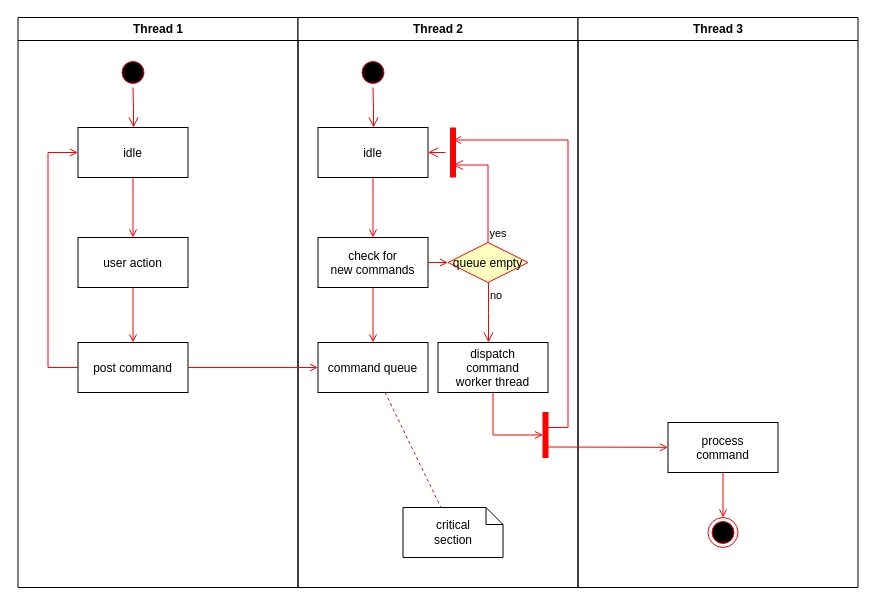
The draw.io diagram Activity Diagram.drawio in rootofpower/konceptmodel, before the edit. Source tidied: cells renumbered, new cells numbered last; positions are measured from the earlier drawing's top-left corner, leaving out a move shared by most shapes. Both pictures are drawn from the tidied source at 100%, with x=0, y=0 at pixel (17, 17).
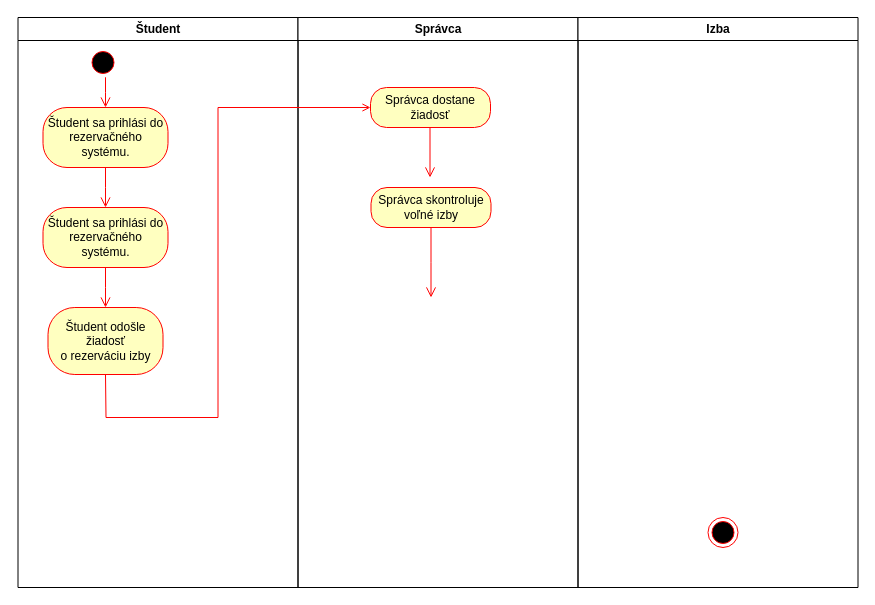
The same page after the edit.

Unchanged cells that the change refers to:
```xml
<mxCell id="34" style="ellipse;shape=endState;fillColor=#000000;strokeColor=#ff0000;" parent="30" vertex="1">
  <mxGeometry x="130" y="500" width="30" height="30" as="geometry" />
</mxCell>
```

The edit, as a diff of the source:
```diff
@@
-    <mxCell id="2" value="Thread 1" style="swimlane;whiteSpace=wrap;" parent="1" vertex="1">
+    <mxCell id="2" value="Študent" style="swimlane;whiteSpace=wrap;" parent="1" vertex="1">
       <mxGeometry x="0.5" width="280" height="570" as="geometry" />
     </mxCell>
     <mxCell id="3" style="ellipse;shape=startState;fillColor=#000000;strokeColor=#ff0000;" parent="2" vertex="1">
-      <mxGeometry x="100" y="40" width="30" height="30" as="geometry" />
+      <mxGeometry x="70" y="30" width="30" height="30" as="geometry" />
     </mxCell>
-    <mxCell id="4" style="edgeStyle=elbowEdgeStyle;elbow=horizontal;verticalAlign=bottom;endArrow=open;endSize=8;strokeColor=#FF0000;endFill=1;rounded=0;" parent="2" edge="1" source="3" target="5">
+    <mxCell id="4" style="edgeStyle=elbowEdgeStyle;elbow=horizontal;verticalAlign=bottom;endArrow=open;endSize=8;strokeColor=#FF0000;endFill=1;rounded=0;entryX=0.5;entryY=0;entryDx=0;entryDy=0;" parent="2" edge="1" source="3" target="37">
       <mxGeometry x="100" y="40" as="geometry" />
     </mxCell>
-    <mxCell id="5" value="idle" parent="2" vertex="1">
-      <mxGeometry x="60" y="110" width="110" height="50" as="geometry" />
-    </mxCell>
-    <mxCell id="6" value="user action" parent="2" vertex="1">
-      <mxGeometry x="60" y="220" width="110" height="50" as="geometry" />
-    </mxCell>
-    <mxCell id="7" style="endArrow=open;strokeColor=#FF0000;endFill=1;rounded=0;" parent="2" edge="1" source="5" target="6">
-      <mxGeometry relative="1" as="geometry" />
-    </mxCell>
-    <mxCell id="8" value="post command" parent="2" vertex="1">
-      <mxGeometry x="60" y="325" width="110" height="50" as="geometry" />
-    </mxCell>
-    <mxCell id="9" style="endArrow=open;strokeColor=#FF0000;endFill=1;rounded=0;" parent="2" edge="1" source="6" target="8">
-      <mxGeometry relative="1" as="geometry" />
-    </mxCell>
-    <mxCell id="10" style="edgeStyle=elbowEdgeStyle;elbow=horizontal;strokeColor=#FF0000;endArrow=open;endFill=1;rounded=0;" parent="2" edge="1" source="8" target="5">
-      <mxGeometry relative="1" as="geometry">
-        <Array as="points">
-          <mxPoint x="30" y="250" />
-        </Array>
-      </mxGeometry>
-    </mxCell>
+    <mxCell id="37" value="Študent sa prihlási do&lt;br&gt;rezervačného systému." style="rounded=1;whiteSpace=wrap;html=1;arcSize=40;fontColor=#000000;fillColor=#ffffc0;strokeColor=#ff0000;" parent="2" vertex="1">
+      <mxGeometry x="25" y="90" width="125" height="60" as="geometry" />
+    </mxCell>
+    <mxCell id="38" value="Študent sa prihlási do&lt;br&gt;rezervačného systému." style="rounded=1;whiteSpace=wrap;html=1;arcSize=40;fontColor=#000000;fillColor=#ffffc0;strokeColor=#ff0000;" parent="2" vertex="1">
+      <mxGeometry x="25" y="190" width="125" height="60" as="geometry" />
+    </mxCell>
+    <mxCell id="39" style="edgeStyle=elbowEdgeStyle;elbow=horizontal;verticalAlign=bottom;endArrow=open;endSize=8;strokeColor=#FF0000;endFill=1;rounded=0;entryX=0.5;entryY=0;entryDx=0;entryDy=0;exitX=0.5;exitY=1;exitDx=0;exitDy=0;" parent="2" edge="1" source="37" target="38">
+      <mxGeometry x="60" y="-30" as="geometry" />
+    </mxCell>
+    <mxCell id="40" value="Študent odošle žiadosť&lt;br&gt;o rezerváciu izby" style="rounded=1;whiteSpace=wrap;html=1;arcSize=40;fontColor=#000000;fillColor=#ffffc0;strokeColor=#ff0000;" parent="2" vertex="1">
+      <mxGeometry x="30" y="290" width="115" height="67" as="geometry" />
+    </mxCell>
+    <mxCell id="41" style="edgeStyle=elbowEdgeStyle;elbow=horizontal;verticalAlign=bottom;endArrow=open;endSize=8;strokeColor=#FF0000;endFill=1;rounded=0;entryX=0.5;entryY=0;entryDx=0;entryDy=0;exitX=0.5;exitY=1;exitDx=0;exitDy=0;" parent="2" edge="1" source="38" target="40">
+      <mxGeometry x="20" y="-100" as="geometry" />
+    </mxCell>
-    <mxCell id="11" value="Thread 2" style="swimlane;whiteSpace=wrap;" parent="1" vertex="1">
+    <mxCell id="11" value="Správca" style="swimlane;whiteSpace=wrap;" parent="1" vertex="1">
       <mxGeometry x="280.5" width="280" height="570" as="geometry" />
     </mxCell>
-    <mxCell id="12" style="ellipse;shape=startState;fillColor=#000000;strokeColor=#ff0000;" parent="11" vertex="1">
-      <mxGeometry x="60" y="40" width="30" height="30" as="geometry" />
-    </mxCell>
-    <mxCell id="13" style="edgeStyle=elbowEdgeStyle;elbow=horizontal;verticalAlign=bottom;endArrow=open;endSize=8;strokeColor=#FF0000;endFill=1;rounded=0;" parent="11" edge="1" source="12" target="14">
-      <mxGeometry x="40" y="20" as="geometry" />
-    </mxCell>
-    <mxCell id="14" value="idle" parent="11" vertex="1">
-      <mxGeometry x="20" y="110" width="110" height="50" as="geometry" />
-    </mxCell>
-    <mxCell id="15" value="check for &#10;new commands" parent="11" vertex="1">
-      <mxGeometry x="20" y="220" width="110" height="50" as="geometry" />
-    </mxCell>
-    <mxCell id="16" style="endArrow=open;strokeColor=#FF0000;endFill=1;rounded=0;" parent="11" edge="1" source="14" target="15">
-      <mxGeometry relative="1" as="geometry" />
-    </mxCell>
-    <mxCell id="17" value="command queue" parent="11" vertex="1">
-      <mxGeometry x="20" y="325" width="110" height="50" as="geometry" />
-    </mxCell>
-    <mxCell id="18" style="endArrow=open;strokeColor=#FF0000;endFill=1;rounded=0;" parent="11" edge="1" source="15" target="17">
-      <mxGeometry relative="1" as="geometry" />
-    </mxCell>
-    <mxCell id="19" value="queue empty" style="rhombus;fillColor=#ffffc0;strokeColor=#ff0000;" parent="11" vertex="1">
-      <mxGeometry x="150" y="225" width="80" height="40" as="geometry" />
-    </mxCell>
-    <mxCell id="20" value="yes" style="edgeStyle=elbowEdgeStyle;elbow=horizontal;align=left;verticalAlign=bottom;endArrow=open;endSize=8;strokeColor=#FF0000;exitX=0.5;exitY=0;endFill=1;rounded=0;entryX=0.75;entryY=0.5;entryPerimeter=0;" parent="11" edge="1" source="19" target="23">
-      <mxGeometry x="-1" relative="1" as="geometry">
-        <Array as="points">
-          <mxPoint x="190" y="180" />
-        </Array>
-      </mxGeometry>
-    </mxCell>
-    <mxCell id="21" value="no" style="edgeStyle=elbowEdgeStyle;elbow=horizontal;align=left;verticalAlign=top;endArrow=open;endSize=8;strokeColor=#FF0000;endFill=1;rounded=0;" parent="11" edge="1" source="19" target="25">
-      <mxGeometry x="-1" relative="1" as="geometry" />
-    </mxCell>
-    <mxCell id="22" style="endArrow=open;strokeColor=#FF0000;endFill=1;rounded=0;" parent="11" edge="1" source="15" target="19">
-      <mxGeometry relative="1" as="geometry" />
-    </mxCell>
-    <mxCell id="23" style="shape=line;strokeWidth=6;strokeColor=#ff0000;rotation=90;" parent="11" vertex="1">
-      <mxGeometry x="130" y="127.5" width="50" height="15" as="geometry" />
-    </mxCell>
-    <mxCell id="24" style="edgeStyle=elbowEdgeStyle;elbow=horizontal;verticalAlign=bottom;endArrow=open;endSize=8;strokeColor=#FF0000;endFill=1;rounded=0;" parent="11" edge="1" source="23" target="14">
-      <mxGeometry x="130" y="90" as="geometry" />
-    </mxCell>
-    <mxCell id="25" value="dispatch&#10;command&#10;worker thread" parent="11" vertex="1">
-      <mxGeometry x="140" y="325" width="110" height="50" as="geometry" />
-    </mxCell>
-    <mxCell id="26" value="critical&#10;section" style="shape=note;whiteSpace=wrap;size=17;" parent="11" vertex="1">
-      <mxGeometry x="105" y="490" width="100" height="50" as="geometry" />
-    </mxCell>
-    <mxCell id="27" style="endArrow=none;strokeColor=#FF0000;endFill=0;rounded=0;dashed=1;" parent="11" edge="1" source="17" target="26">
-      <mxGeometry relative="1" as="geometry" />
-    </mxCell>
-    <mxCell id="28" style="whiteSpace=wrap;strokeColor=#FF0000;fillColor=#FF0000;" parent="11" vertex="1">
-      <mxGeometry x="245" y="395" width="5" height="45" as="geometry" />
-    </mxCell>
-    <mxCell id="29" style="edgeStyle=elbowEdgeStyle;elbow=horizontal;entryX=0;entryY=0.5;strokeColor=#FF0000;endArrow=open;endFill=1;rounded=0;" parent="11" edge="1" source="25" target="28">
-      <mxGeometry relative="1" as="geometry">
-        <Array as="points">
-          <mxPoint x="195" y="400" />
-        </Array>
-      </mxGeometry>
-    </mxCell>
+    <mxCell id="42" value="Správca dostane&lt;br&gt;žiadosť" style="rounded=1;whiteSpace=wrap;html=1;arcSize=40;fontColor=#000000;fillColor=#ffffc0;strokeColor=#ff0000;" parent="11" vertex="1">
+      <mxGeometry x="72.5" y="70" width="120" height="40" as="geometry" />
+    </mxCell>
+    <mxCell id="43" style="edgeStyle=orthogonalEdgeStyle;html=1;verticalAlign=bottom;endArrow=open;endSize=8;strokeColor=#ff0000;rounded=0;" parent="11" edge="1" source="42">
+      <mxGeometry relative="1" as="geometry">
+        <mxPoint x="132" y="160" as="targetPoint" />
+      </mxGeometry>
+    </mxCell>
+    <mxCell id="44" value="Správca skontroluje&lt;br&gt;voľné izby" style="rounded=1;whiteSpace=wrap;html=1;arcSize=40;fontColor=#000000;fillColor=#ffffc0;strokeColor=#ff0000;" parent="11" vertex="1">
+      <mxGeometry x="73" y="170" width="120" height="40" as="geometry" />
+    </mxCell>
+    <mxCell id="45" style="edgeStyle=orthogonalEdgeStyle;html=1;verticalAlign=bottom;endArrow=open;endSize=8;strokeColor=#ff0000;rounded=0;" parent="11" edge="1" source="44">
+      <mxGeometry relative="1" as="geometry">
+        <mxPoint x="133" y="280" as="targetPoint" />
+      </mxGeometry>
+    </mxCell>
-    <mxCell id="30" value="Thread 3" style="swimlane;whiteSpace=wrap;" parent="1" vertex="1">
+    <mxCell id="30" value="Izba" style="swimlane;whiteSpace=wrap;" parent="1" vertex="1">
       <mxGeometry x="560.5" width="280" height="570" as="geometry" />
     </mxCell>
-    <mxCell id="31" value="process&#10;command" parent="30" vertex="1">
-      <mxGeometry x="90" y="405" width="110" height="50" as="geometry" />
-    </mxCell>
-    <mxCell id="32" style="edgeStyle=elbowEdgeStyle;elbow=horizontal;strokeColor=#FF0000;endArrow=open;endFill=1;rounded=0;entryX=0.25;entryY=0.5;entryPerimeter=0;" parent="30" edge="1" target="23">
-      <mxGeometry relative="1" as="geometry">
-        <mxPoint x="-30" y="410" as="sourcePoint" />
-        <Array as="points">
-          <mxPoint x="-10" y="135" />
-        </Array>
-      </mxGeometry>
-    </mxCell>
-    <mxCell id="33" style="edgeStyle=none;strokeColor=#FF0000;endArrow=open;endFill=1;rounded=0;" parent="30" edge="1" target="31">
-      <mxGeometry relative="1" as="geometry">
-        <mxPoint x="-30" y="429.5" as="sourcePoint" />
-      </mxGeometry>
-    </mxCell>
@@
-    <mxCell id="35" style="endArrow=open;strokeColor=#FF0000;endFill=1;rounded=0;" parent="30" edge="1" source="31" target="34">
-      <mxGeometry relative="1" as="geometry" />
-    </mxCell>
-    <mxCell id="36" style="endArrow=open;strokeColor=#FF0000;endFill=1;rounded=0;" parent="1" edge="1" source="8" target="17">
-      <mxGeometry relative="1" as="geometry" />
-    </mxCell>
+    <mxCell id="46" style="endArrow=open;strokeColor=#FF0000;endFill=1;rounded=0;exitX=0.5;exitY=1;exitDx=0;exitDy=0;entryX=0;entryY=0.5;entryDx=0;entryDy=0;" parent="1" edge="1" source="40" target="42">
+      <mxGeometry relative="1" as="geometry">
+        <Array as="points">
+          <mxPoint x="88.5" y="400" />
+          <mxPoint x="200.5" y="400" />
+          <mxPoint x="200.5" y="90" />
+        </Array>
+      </mxGeometry>
+    </mxCell>
```
